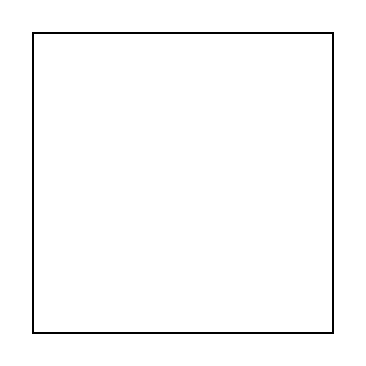
Above: test.drawio in henderson2k/scratch (draw.io), before the change. Source tidied: cells renumbered, new cells numbered last; positions are measured from the earlier drawing's top-left corner, leaving out a move shared by most shapes. Both pictures are drawn from the tidied source at 200%, with x=0, y=0 at pixel (32, 32).
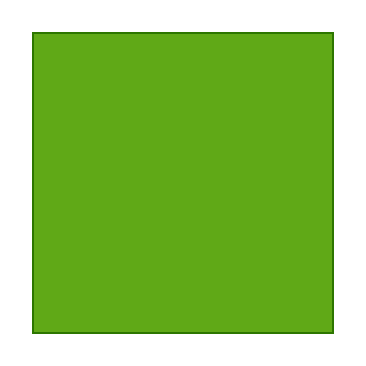
The same page after the edit.

Diff of the diagram source:
```diff
@@
 <mxGraphModel>
   <root>
     <mxCell id="0" />
     <mxCell id="1" parent="0" />
-    <mxCell id="2" style="whiteSpace=wrap;html=1;" parent="1" vertex="1">
+    <mxCell id="2" style="whiteSpace=wrap;html=1;fillColor=#60a917;fontColor=#ffffff;strokeColor=#2D7600;" parent="1" vertex="1">
       <mxGeometry width="150" height="150" as="geometry" />
     </mxCell>
   </root>
 </mxGraphModel>
```
